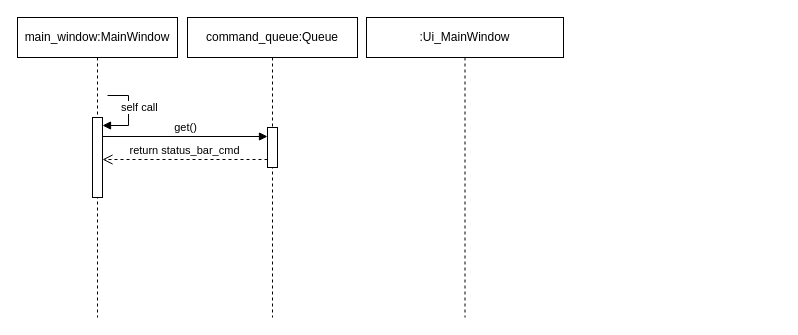
Before: procedural/Command_Pattern.drawio in pascalreiss/draw_io_stuff, a draw.io diagram. Source tidied: cells renumbered, new cells numbered last; positions are measured from the earlier drawing's top-left corner, leaving out a move shared by most shapes. Both pictures are drawn from the tidied source at 100%, with x=0, y=0 at pixel (17, 17).
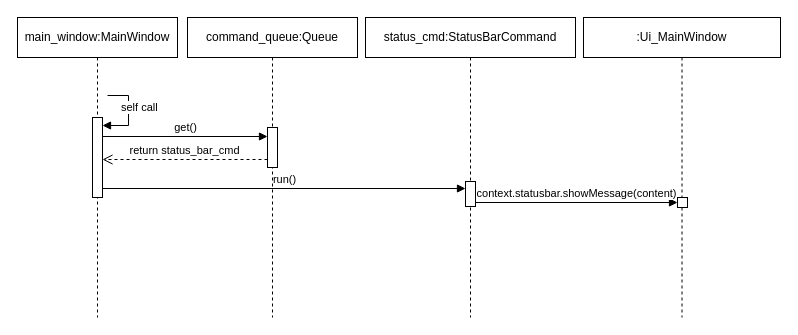
After the change.

The edit, as a diff of the source:
```diff
@@
     <mxCell id="9" value=":Ui_MainWindow" style="shape=umlLifeline;perimeter=lifelinePerimeter;whiteSpace=wrap;html=1;newEdgeStyle={&quot;curved&quot;:0,&quot;rounded&quot;:0};" parent="1" vertex="1">
-      <mxGeometry x="349" width="197" height="300" as="geometry" />
+      <mxGeometry x="566" width="197" height="300" as="geometry" />
     </mxCell>
+    <mxCell id="10" style="html=1;perimeter=orthogonalPerimeter;targetShapes=umlLifeline;newEdgeStyle={&quot;curved&quot;:0,&quot;rounded&quot;:0};" parent="9" vertex="1">
+      <mxGeometry x="94" y="180" width="10" height="10" as="geometry" />
+    </mxCell>
+    <mxCell id="11" value="status_cmd:StatusBarCommand" style="shape=umlLifeline;perimeter=lifelinePerimeter;whiteSpace=wrap;html=1;newEdgeStyle={&quot;curved&quot;:0,&quot;rounded&quot;:0};" parent="1" vertex="1">
+      <mxGeometry x="348" width="210" height="300" as="geometry" />
+    </mxCell>
+    <mxCell id="12" style="html=1;perimeter=orthogonalPerimeter;targetShapes=umlLifeline;newEdgeStyle={&quot;curved&quot;:0,&quot;rounded&quot;:0};" parent="11" vertex="1">
+      <mxGeometry x="100" y="164" width="10" height="25" as="geometry" />
+    </mxCell>
+    <mxCell id="13" value="run()" style="html=1;verticalAlign=bottom;endArrow=block;curved=0;rounded=0;" parent="1" edge="1">
+      <mxGeometry relative="1" as="geometry">
+        <mxPoint x="85" y="171" as="sourcePoint" />
+        <mxPoint x="448" y="171" as="targetPoint" />
+      </mxGeometry>
+    </mxCell>
+    <mxCell id="14" value="context.statusbar.showMessage(content)" style="html=1;verticalAlign=bottom;endArrow=block;curved=0;rounded=0;" parent="1" edge="1">
+      <mxGeometry relative="1" as="geometry">
+        <mxPoint x="458" y="185" as="sourcePoint" />
+        <mxPoint x="660" y="185" as="targetPoint" />
+      </mxGeometry>
+    </mxCell>
```
